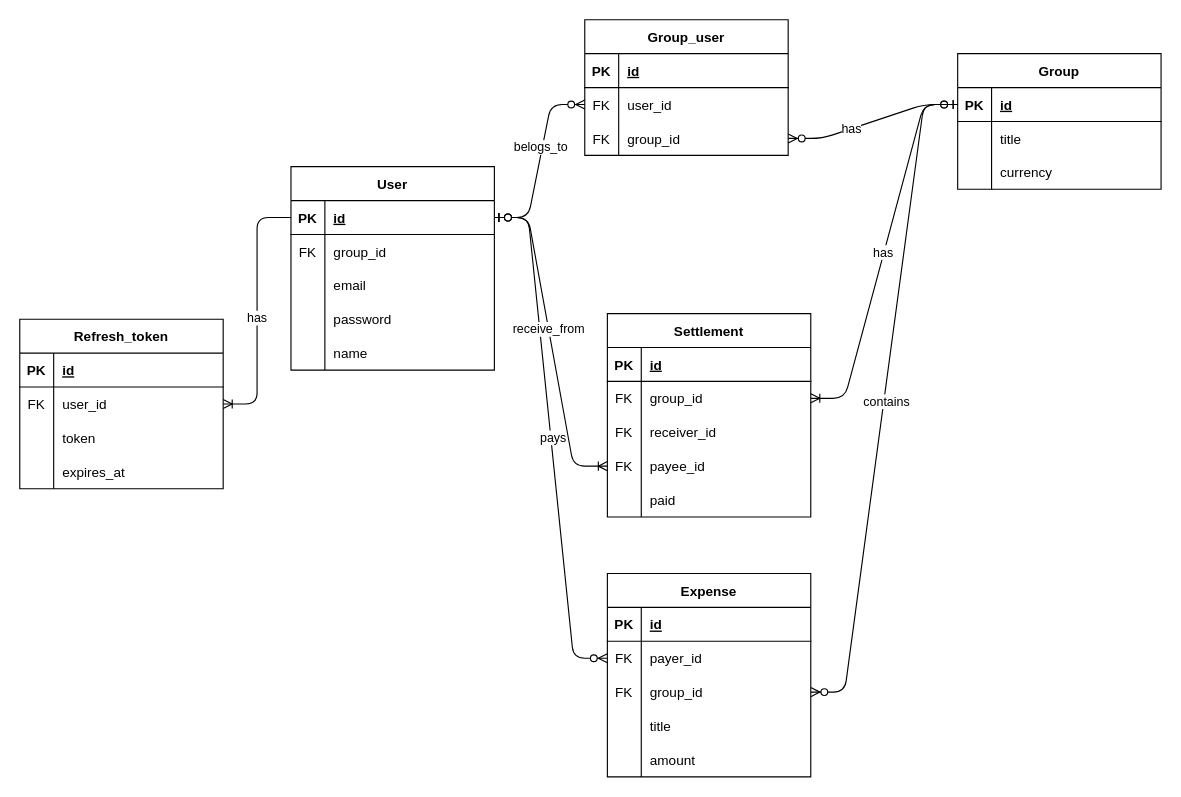
Above: docs/database.drawio in Kai-Itakura/splitit (draw.io), before the change. Source tidied: cells renumbered, new cells numbered last; positions are measured from the earlier drawing's top-left corner, leaving out a move shared by most shapes. Both pictures are drawn from the tidied source at 113%, with x=0, y=0 at pixel (19, 19).
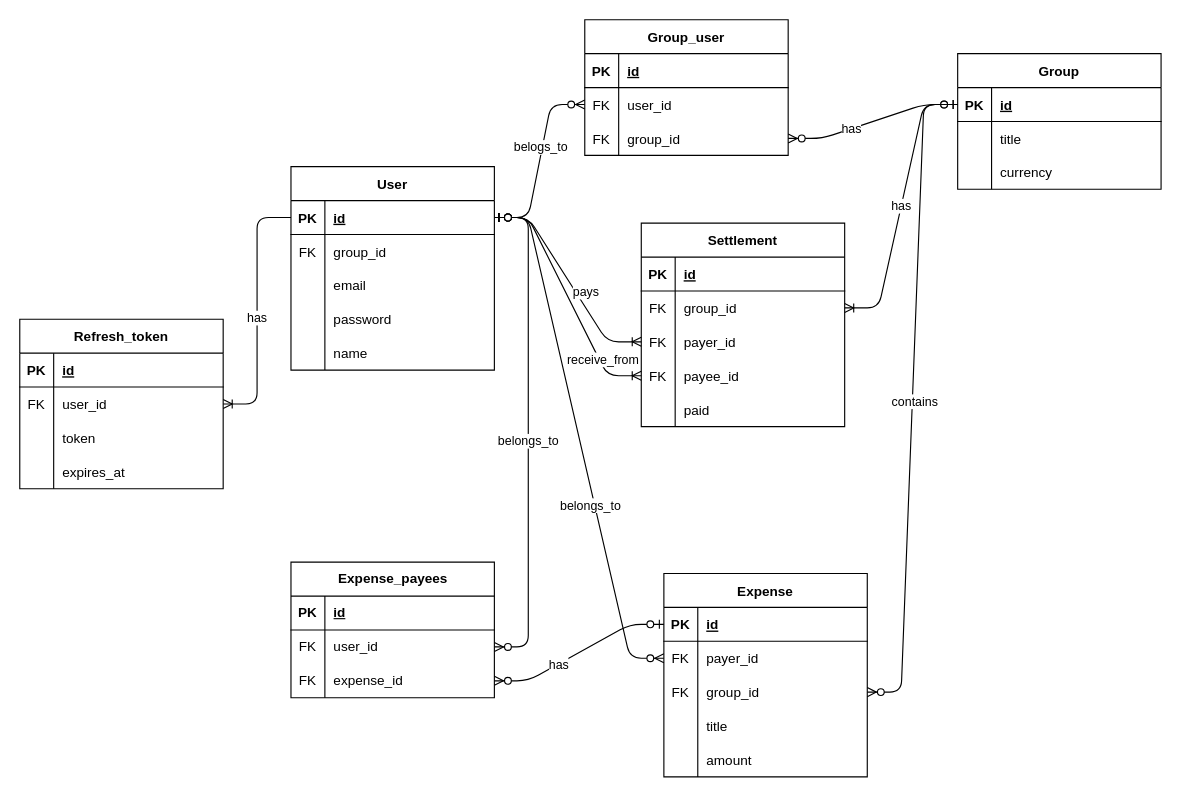
The same diagram, later.

The change refers to these unchanged cells:
```xml
<mxCell id="3" style="shape=tableRow;horizontal=0;startSize=0;swimlaneHead=0;swimlaneBody=0;fillColor=none;points=[[0,0.5],[1,0.5]];portConstraint=eastwest;top=0;left=0;right=0;bottom=1;" parent="2" vertex="1">
  <mxGeometry y="30" width="180" height="30" as="geometry" />
</mxCell>
<mxCell id="44" style="shape=tableRow;horizontal=0;startSize=0;swimlaneHead=0;swimlaneBody=0;fillColor=none;points=[[0,0.5],[1,0.5]];portConstraint=eastwest;top=0;left=0;right=0;bottom=1;" parent="43" vertex="1">
  <mxGeometry y="30" width="180" height="30" as="geometry" />
</mxCell>
<mxCell id="47" style="shape=tableRow;horizontal=0;startSize=0;swimlaneHead=0;swimlaneBody=0;fillColor=none;points=[[0,0.5],[1,0.5]];portConstraint=eastwest;top=0;left=0;right=0;bottom=0;" parent="43" vertex="1">
  <mxGeometry y="60" width="180" height="30" as="geometry" />
</mxCell>
<mxCell id="70" style="shape=tableRow;horizontal=0;startSize=0;swimlaneHead=0;swimlaneBody=0;fillColor=none;points=[[0,0.5],[1,0.5]];portConstraint=eastwest;top=0;left=0;right=0;bottom=0;" parent="63" vertex="1">
  <mxGeometry y="90" width="180" height="30" as="geometry" />
</mxCell>
<mxCell id="79" style="edgeStyle=entityRelationEdgeStyle;fontSize=12;html=1;endArrow=ERoneToMany;startArrow=ERzeroToOne;entryX=0;entryY=0.5;entryDx=0;entryDy=0;exitX=1;exitY=0.5;exitDx=0;exitDy=0;" parent="1" edge="1" source="3" target="73">
  <mxGeometry relative="1" as="geometry" />
</mxCell>
```

The edit, as a diff of the source:
```diff
@@
     <mxCell id="43" value="Expense" style="shape=table;startSize=30;childLayout=tableLayout;rowLines=0;fontStyle=1;align=center;" parent="1" vertex="1">
-      <mxGeometry x="520" y="490" width="180" height="180" as="geometry" />
+      <mxGeometry x="570" y="490" width="180" height="180" as="geometry" />
     </mxCell>
@@
-    <mxCell id="59" style="edgeStyle=entityRelationEdgeStyle;fontSize=12;html=1;endArrow=ERzeroToMany;startArrow=ERzeroToOne;entryX=0;entryY=0.5;entryDx=0;entryDy=0;exitX=1;exitY=0.5;exitDx=0;exitDy=0;" parent="1" edge="1" source="3" target="47">
+    <mxCell id="59" style="edgeStyle=entityRelationEdgeStyle;fontSize=12;html=1;endArrow=ERzeroToMany;startArrow=ERzeroToOne;entryX=1;entryY=0.5;entryDx=0;entryDy=0;exitX=1;exitY=0.5;exitDx=0;exitDy=0;" parent="1" edge="1" source="3" target="103">
       <mxGeometry relative="1" as="geometry" />
     </mxCell>
-    <mxCell id="60" value="pays" style="edgeLabel;html=1;align=center;verticalAlign=middle;" parent="59" vertex="1">
-      <mxGeometry y="2" relative="1" as="geometry" />
-    </mxCell>
+    <mxCell id="98" value="belongs&lt;span style=&quot;background-color: light-dark(#ffffff, var(--ge-dark-color, #121212));&quot;&gt;_to&lt;/span&gt;" style="edgeLabel;html=1;align=center;verticalAlign=middle;" parent="59" vertex="1">
+      <mxGeometry x="0.03" y="-1" relative="1" as="geometry" />
+    </mxCell>
@@
     <mxCell id="63" value="Settlement" style="shape=table;startSize=30;childLayout=tableLayout;rowLines=0;fontStyle=1;align=center;" parent="1" vertex="1">
-      <mxGeometry x="520" y="260" width="180" height="180" as="geometry" />
+      <mxGeometry x="550" y="180" width="180" height="180" as="geometry" />
     </mxCell>
@@
-    <mxCell id="72" value="receiver_id" style="shape=partialRectangle;fillColor=none;top=0;left=0;bottom=0;right=0;align=left;spacingLeft=6;overflow=hidden;" parent="70" vertex="1">
+    <mxCell id="72" value="payer_id" style="shape=partialRectangle;fillColor=none;top=0;left=0;bottom=0;right=0;align=left;spacingLeft=6;overflow=hidden;" parent="70" vertex="1">
       <mxGeometry x="30" width="150" height="30" as="geometry" />
     </mxCell>
@@
     <mxCell id="80" value="receive_from" style="edgeLabel;html=1;align=center;verticalAlign=middle;" parent="79" vertex="1">
-      <mxGeometry x="-0.08" relative="1" as="geometry" />
+      <mxGeometry x="-0.08" relative="1" as="geometry">
+        <mxPoint x="34" y="63" as="offset" />
+      </mxGeometry>
     </mxCell>
@@
+    <mxCell id="99" value="Expense_payees" style="shape=table;startSize=30;childLayout=tableLayout;rowLines=0;fontStyle=1;align=center;html=1;" parent="1" vertex="1">
+      <mxGeometry x="240" y="480" width="180" height="120" as="geometry" />
+    </mxCell>
+    <mxCell id="100" style="shape=tableRow;horizontal=0;startSize=0;swimlaneHead=0;swimlaneBody=0;fillColor=none;top=0;left=0;right=0;bottom=1;" parent="99" vertex="1">
+      <mxGeometry y="30" width="180" height="30" as="geometry" />
+    </mxCell>
+    <mxCell id="101" value="PK" style="shape=partialRectangle;fillColor=none;top=0;left=0;bottom=0;right=0;fontStyle=1;overflow=hidden;whiteSpace=wrap;html=1;" parent="100" vertex="1">
+      <mxGeometry width="30" height="30" as="geometry" />
+    </mxCell>
+    <mxCell id="102" value="id" style="shape=partialRectangle;fillColor=none;top=0;left=0;bottom=0;right=0;align=left;spacingLeft=6;fontStyle=5;overflow=hidden;whiteSpace=wrap;html=1;" parent="100" vertex="1">
+      <mxGeometry x="30" width="150" height="30" as="geometry" />
+    </mxCell>
+    <mxCell id="103" style="shape=tableRow;horizontal=0;startSize=0;swimlaneHead=0;swimlaneBody=0;fillColor=none;points=[[0,0.5],[1,0.5]];portConstraint=eastwest;top=0;left=0;right=0;bottom=0;" parent="99" vertex="1">
+      <mxGeometry y="60" width="180" height="30" as="geometry" />
+    </mxCell>
+    <mxCell id="104" value="FK" style="shape=partialRectangle;fillColor=none;top=0;left=0;bottom=0;right=0;overflow=hidden;whiteSpace=wrap;html=1;" parent="103" vertex="1">
+      <mxGeometry width="30" height="30" as="geometry" />
+    </mxCell>
+    <mxCell id="105" value="user_id" style="shape=partialRectangle;fillColor=none;top=0;left=0;bottom=0;right=0;align=left;spacingLeft=6;overflow=hidden;whiteSpace=wrap;html=1;" parent="103" vertex="1">
+      <mxGeometry x="30" width="150" height="30" as="geometry" />
+    </mxCell>
+    <mxCell id="106" style="shape=tableRow;horizontal=0;startSize=0;swimlaneHead=0;swimlaneBody=0;fillColor=none;points=[[0,0.5],[1,0.5]];portConstraint=eastwest;top=0;left=0;right=0;bottom=0;" parent="99" vertex="1">
+      <mxGeometry y="90" width="180" height="30" as="geometry" />
+    </mxCell>
+    <mxCell id="107" value="FK" style="shape=partialRectangle;fillColor=none;top=0;left=0;bottom=0;right=0;overflow=hidden;whiteSpace=wrap;html=1;" parent="106" vertex="1">
+      <mxGeometry width="30" height="30" as="geometry" />
+    </mxCell>
+    <mxCell id="108" value="expense_id" style="shape=partialRectangle;fillColor=none;top=0;left=0;bottom=0;right=0;align=left;spacingLeft=6;overflow=hidden;whiteSpace=wrap;html=1;" parent="106" vertex="1">
+      <mxGeometry x="30" width="150" height="30" as="geometry" />
+    </mxCell>
+    <mxCell id="109" style="edgeStyle=entityRelationEdgeStyle;fontSize=12;html=1;endArrow=ERzeroToMany;startArrow=ERzeroToOne;entryX=1;entryY=0.5;entryDx=0;entryDy=0;exitX=0;exitY=0.5;exitDx=0;exitDy=0;" parent="1" edge="1" source="44" target="106">
+      <mxGeometry relative="1" as="geometry" />
+    </mxCell>
+    <mxCell id="110" value="has" style="edgeLabel;html=1;align=center;verticalAlign=middle;" parent="109" vertex="1">
+      <mxGeometry x="0.27" relative="1" as="geometry" />
+    </mxCell>
+    <mxCell id="111" style="edgeStyle=entityRelationEdgeStyle;fontSize=12;html=1;endArrow=ERzeroToMany;startArrow=ERzeroToOne;exitX=1;exitY=0.5;exitDx=0;exitDy=0;entryX=0;entryY=0.5;entryDx=0;entryDy=0;" parent="1" edge="1" source="3" target="47">
+      <mxGeometry relative="1" as="geometry" />
+    </mxCell>
+    <mxCell id="112" value="belongs&lt;span style=&quot;background-color: light-dark(#ffffff, var(--ge-dark-color, #121212));&quot;&gt;_to&lt;/span&gt;" style="edgeLabel;html=1;align=center;verticalAlign=middle;" parent="111" vertex="1">
+      <mxGeometry x="0.03" y="-1" relative="1" as="geometry">
+        <mxPoint x="9" y="53" as="offset" />
+      </mxGeometry>
+    </mxCell>
+    <mxCell id="113" style="edgeStyle=entityRelationEdgeStyle;fontSize=12;html=1;endArrow=ERoneToMany;startArrow=ERzeroToOne;entryX=0;entryY=0.5;entryDx=0;entryDy=0;exitX=1;exitY=0.5;exitDx=0;exitDy=0;" parent="1" edge="1" source="3" target="70">
+      <mxGeometry relative="1" as="geometry" />
+    </mxCell>
+    <mxCell id="60" value="pays" style="edgeLabel;html=1;align=center;verticalAlign=middle;" parent="113" vertex="1">
+      <mxGeometry x="-0.08" relative="1" as="geometry">
+        <mxPoint x="19" y="17" as="offset" />
+      </mxGeometry>
+    </mxCell>
```
